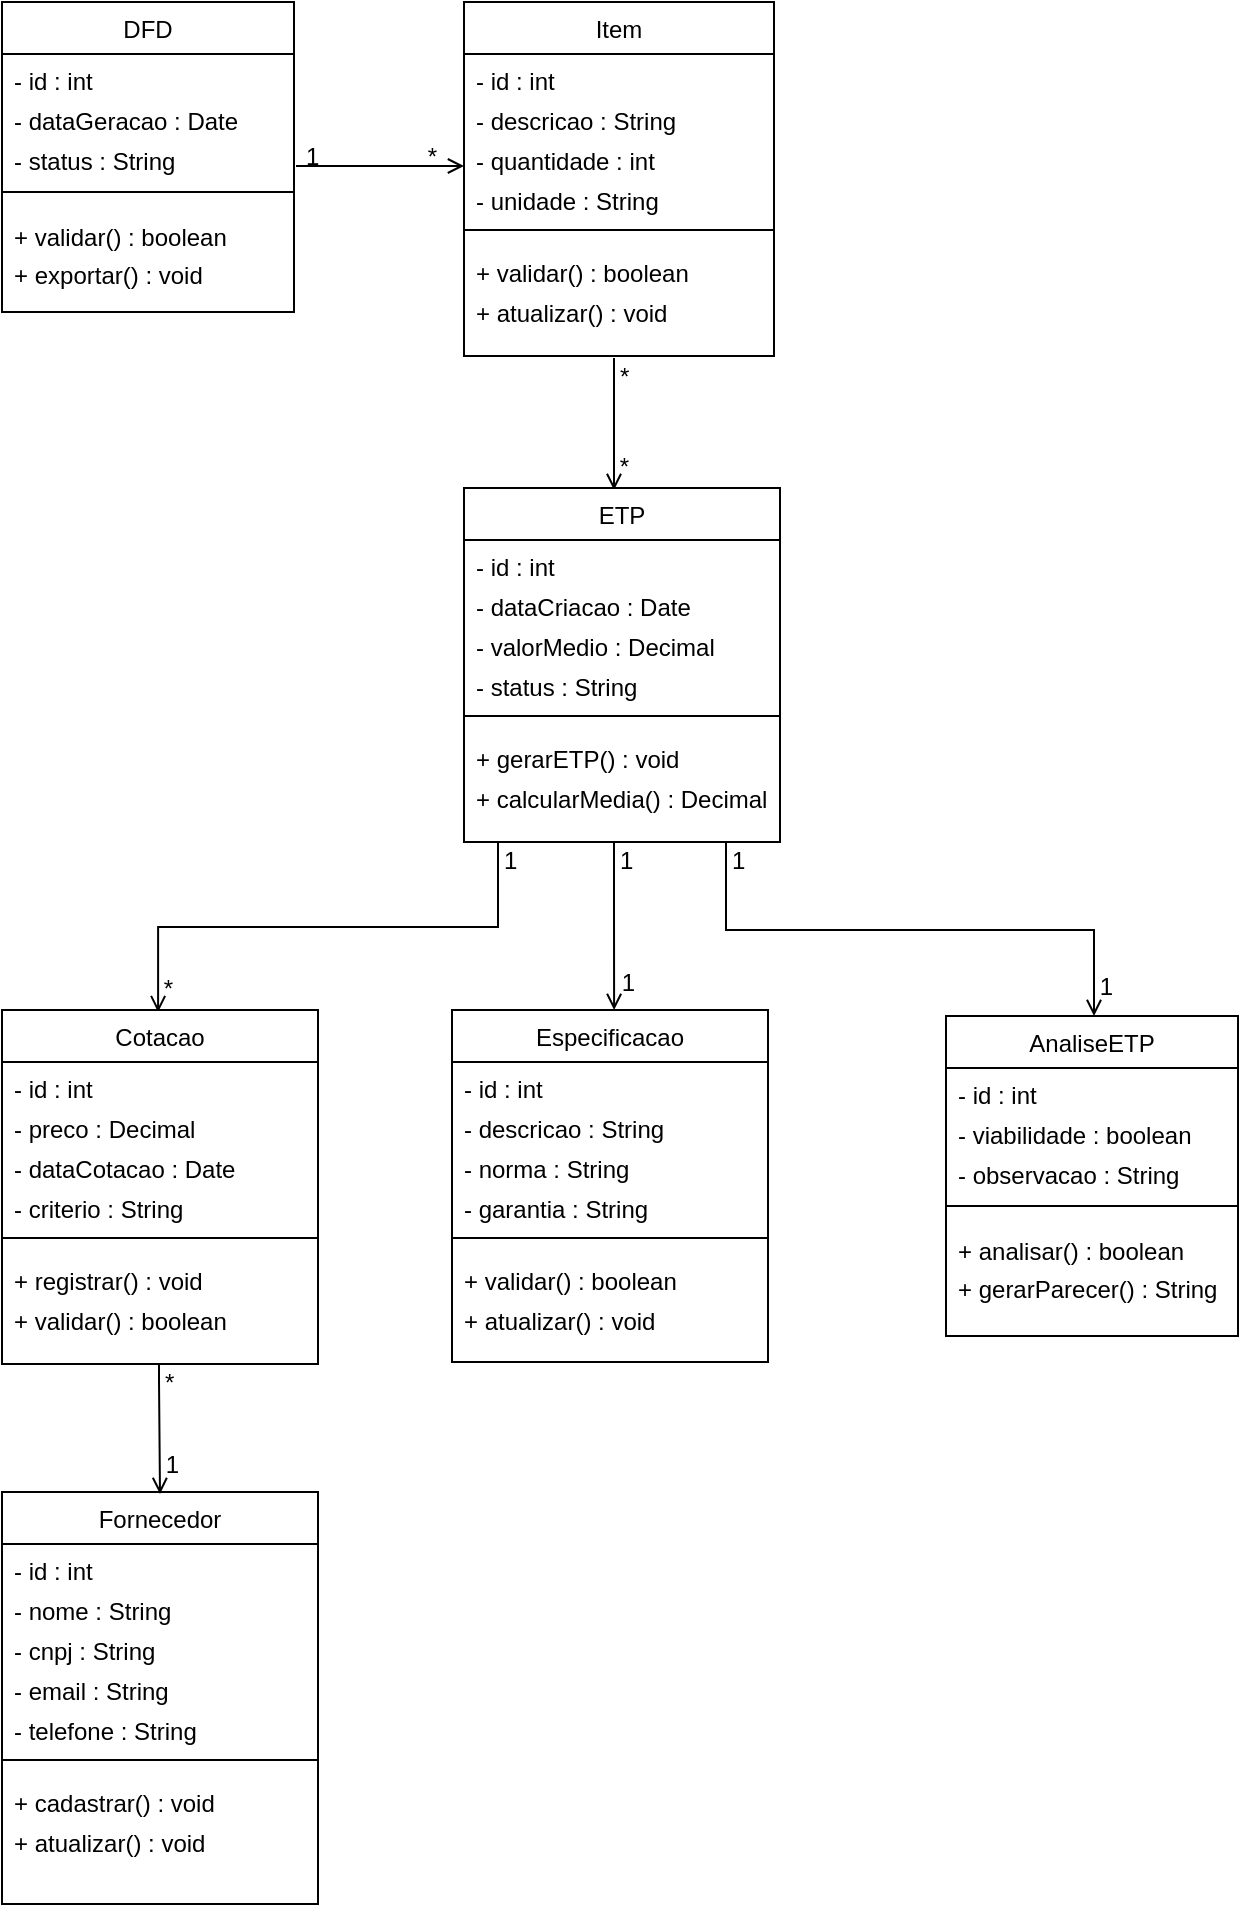
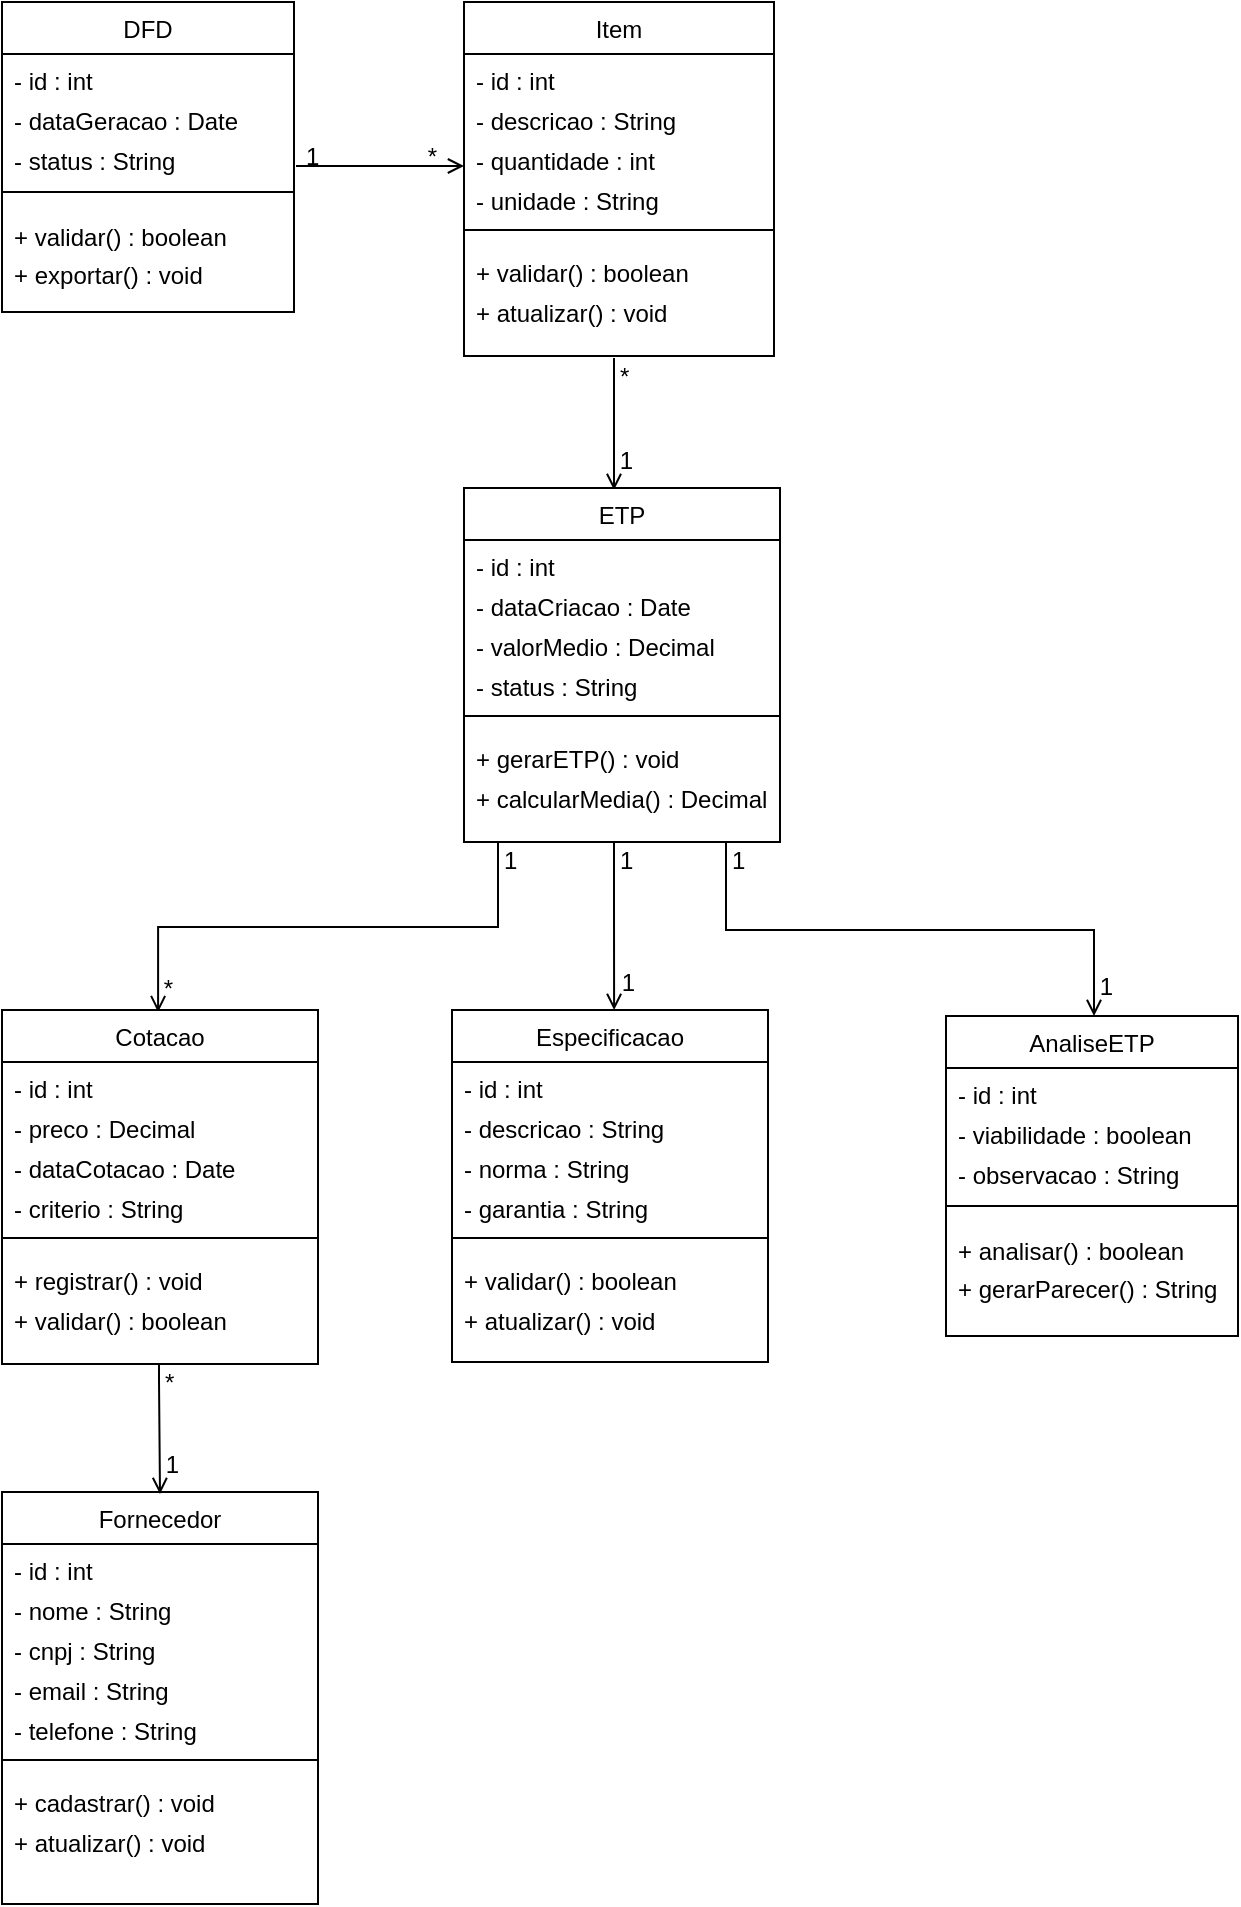
<mxfile host="app.diagrams.net">
  <diagram id="C5RBs43oDa-KdzZeNtuy" name="Page-1">
    <mxGraphModel grid="0" page="1" gridSize="10" guides="1" tooltips="1" connect="1" arrows="1" fold="1" pageScale="1" pageWidth="827" pageHeight="1169" math="0" shadow="0">
      <root>
        <mxCell id="WIyWlLk6GJQsqaUBKTNV-0" />
        <mxCell id="WIyWlLk6GJQsqaUBKTNV-1" parent="WIyWlLk6GJQsqaUBKTNV-0" />
        <mxCell id="zkfFHV4jXpPFQw0GAbJ--17" parent="WIyWlLk6GJQsqaUBKTNV-1" style="swimlane;fontStyle=0;align=center;verticalAlign=top;childLayout=stackLayout;horizontal=1;startSize=26;horizontalStack=0;resizeParent=1;resizeLast=0;collapsible=1;marginBottom=0;rounded=0;shadow=0;strokeWidth=1;" value="DFD" vertex="1">
          <mxGeometry height="155" width="146" x="82" y="33" as="geometry">
            <mxRectangle height="26" width="160" x="550" y="140" as="alternateBounds" />
          </mxGeometry>
        </mxCell>
        <mxCell id="zkfFHV4jXpPFQw0GAbJ--18" parent="zkfFHV4jXpPFQw0GAbJ--17" style="text;align=left;verticalAlign=top;spacingLeft=4;spacingRight=4;overflow=hidden;rotatable=0;points=[[0,0.5],[1,0.5]];portConstraint=eastwest;" value="- id : int" vertex="1">
          <mxGeometry height="20" width="146" y="26" as="geometry" />
        </mxCell>
        <mxCell id="zkfFHV4jXpPFQw0GAbJ--19" parent="zkfFHV4jXpPFQw0GAbJ--17" style="text;align=left;verticalAlign=top;spacingLeft=4;spacingRight=4;overflow=hidden;rotatable=0;points=[[0,0.5],[1,0.5]];portConstraint=eastwest;rounded=0;shadow=0;html=0;" value="- dataGeracao : Date" vertex="1">
          <mxGeometry height="20" width="146" y="46" as="geometry" />
        </mxCell>
        <mxCell id="zkfFHV4jXpPFQw0GAbJ--20" parent="zkfFHV4jXpPFQw0GAbJ--17" style="text;align=left;verticalAlign=top;spacingLeft=4;spacingRight=4;overflow=hidden;rotatable=0;points=[[0,0.5],[1,0.5]];portConstraint=eastwest;rounded=0;shadow=0;html=0;" value="- status : String" vertex="1">
          <mxGeometry height="20" width="146" y="66" as="geometry" />
        </mxCell>
        <mxCell id="zkfFHV4jXpPFQw0GAbJ--23" parent="zkfFHV4jXpPFQw0GAbJ--17" style="line;html=1;strokeWidth=1;align=left;verticalAlign=middle;spacingTop=-1;spacingLeft=3;spacingRight=3;rotatable=0;labelPosition=right;points=[];portConstraint=eastwest;" value="" vertex="1">
          <mxGeometry height="18" width="146" y="86" as="geometry" />
        </mxCell>
        <mxCell id="zkfFHV4jXpPFQw0GAbJ--24" parent="zkfFHV4jXpPFQw0GAbJ--17" style="text;align=left;verticalAlign=top;spacingLeft=4;spacingRight=4;overflow=hidden;rotatable=0;points=[[0,0.5],[1,0.5]];portConstraint=eastwest;" value="+ validar() : boolean" vertex="1">
          <mxGeometry height="19" width="146" y="104" as="geometry" />
        </mxCell>
        <mxCell id="zkfFHV4jXpPFQw0GAbJ--25" parent="zkfFHV4jXpPFQw0GAbJ--17" style="text;align=left;verticalAlign=top;spacingLeft=4;spacingRight=4;overflow=hidden;rotatable=0;points=[[0,0.5],[1,0.5]];portConstraint=eastwest;" value="+ exportar() : void" vertex="1">
          <mxGeometry height="20" width="146" y="123" as="geometry" />
        </mxCell>
        <mxCell id="zkfFHV4jXpPFQw0GAbJ--26" edge="1" parent="WIyWlLk6GJQsqaUBKTNV-1" style="endArrow=open;shadow=0;strokeWidth=1;rounded=0;curved=0;endFill=1;edgeStyle=elbowEdgeStyle;elbow=vertical;" value="">
          <mxGeometry relative="1" x="0.5" y="41" as="geometry">
            <mxPoint x="-40" y="32" as="offset" />
            <Array as="points" />
            <mxPoint x="229" y="115" as="sourcePoint" />
            <mxPoint x="313" y="115" as="targetPoint" />
          </mxGeometry>
        </mxCell>
        <mxCell id="zkfFHV4jXpPFQw0GAbJ--27" connectable="0" parent="zkfFHV4jXpPFQw0GAbJ--26" style="resizable=0;align=left;verticalAlign=bottom;labelBackgroundColor=none;fontSize=12;" value="1" vertex="1">
          <mxGeometry relative="1" x="-1" as="geometry">
            <mxPoint x="3" y="4" as="offset" />
          </mxGeometry>
        </mxCell>
        <mxCell id="zkfFHV4jXpPFQw0GAbJ--28" connectable="0" parent="zkfFHV4jXpPFQw0GAbJ--26" style="resizable=0;align=right;verticalAlign=bottom;labelBackgroundColor=none;fontSize=12;" value="*" vertex="1">
          <mxGeometry relative="1" x="1" as="geometry">
            <mxPoint x="-12" y="4" as="offset" />
          </mxGeometry>
        </mxCell>
        <mxCell id="YlQpX0vgy-EiEcdRFcLc-18" parent="WIyWlLk6GJQsqaUBKTNV-1" style="swimlane;fontStyle=0;align=center;verticalAlign=top;childLayout=stackLayout;horizontal=1;startSize=26;horizontalStack=0;resizeParent=1;resizeLast=0;collapsible=1;marginBottom=0;rounded=0;shadow=0;strokeWidth=1;" value="Item" vertex="1">
          <mxGeometry height="177" width="155" x="313" y="33" as="geometry">
            <mxRectangle height="26" width="160" x="313" y="33" as="alternateBounds" />
          </mxGeometry>
        </mxCell>
        <mxCell id="YlQpX0vgy-EiEcdRFcLc-19" parent="YlQpX0vgy-EiEcdRFcLc-18" style="text;align=left;verticalAlign=top;spacingLeft=4;spacingRight=4;overflow=hidden;rotatable=0;points=[[0,0.5],[1,0.5]];portConstraint=eastwest;" value="- id : int" vertex="1">
          <mxGeometry height="20" width="155" y="26" as="geometry" />
        </mxCell>
        <mxCell id="YlQpX0vgy-EiEcdRFcLc-20" parent="YlQpX0vgy-EiEcdRFcLc-18" style="text;align=left;verticalAlign=top;spacingLeft=4;spacingRight=4;overflow=hidden;rotatable=0;points=[[0,0.5],[1,0.5]];portConstraint=eastwest;rounded=0;shadow=0;html=0;" value="- descricao : String" vertex="1">
          <mxGeometry height="20" width="155" y="46" as="geometry" />
        </mxCell>
        <mxCell id="YlQpX0vgy-EiEcdRFcLc-21" parent="YlQpX0vgy-EiEcdRFcLc-18" style="text;align=left;verticalAlign=top;spacingLeft=4;spacingRight=4;overflow=hidden;rotatable=0;points=[[0,0.5],[1,0.5]];portConstraint=eastwest;rounded=0;shadow=0;html=0;" value="- quantidade : int" vertex="1">
          <mxGeometry height="20" width="155" y="66" as="geometry" />
        </mxCell>
        <mxCell id="YlQpX0vgy-EiEcdRFcLc-25" parent="YlQpX0vgy-EiEcdRFcLc-18" style="text;align=left;verticalAlign=top;spacingLeft=4;spacingRight=4;overflow=hidden;rotatable=0;points=[[0,0.5],[1,0.5]];portConstraint=eastwest;rounded=0;shadow=0;html=0;" value="- unidade : String" vertex="1">
          <mxGeometry height="20" width="155" y="86" as="geometry" />
        </mxCell>
        <mxCell id="YlQpX0vgy-EiEcdRFcLc-22" parent="YlQpX0vgy-EiEcdRFcLc-18" style="line;html=1;strokeWidth=1;align=left;verticalAlign=middle;spacingTop=-1;spacingLeft=3;spacingRight=3;rotatable=0;labelPosition=right;points=[];portConstraint=eastwest;" value="" vertex="1">
          <mxGeometry height="16" width="155" y="106" as="geometry" />
        </mxCell>
        <mxCell id="YlQpX0vgy-EiEcdRFcLc-23" parent="YlQpX0vgy-EiEcdRFcLc-18" style="text;align=left;verticalAlign=top;spacingLeft=4;spacingRight=4;overflow=hidden;rotatable=0;points=[[0,0.5],[1,0.5]];portConstraint=eastwest;" value="+ validar() : boolean" vertex="1">
          <mxGeometry height="20" width="155" y="122" as="geometry" />
        </mxCell>
        <mxCell id="YlQpX0vgy-EiEcdRFcLc-24" parent="YlQpX0vgy-EiEcdRFcLc-18" style="text;align=left;verticalAlign=top;spacingLeft=4;spacingRight=4;overflow=hidden;rotatable=0;points=[[0,0.5],[1,0.5]];portConstraint=eastwest;" value="+ atualizar() : void" vertex="1">
          <mxGeometry height="20" width="155" y="142" as="geometry" />
        </mxCell>
        <mxCell id="YlQpX0vgy-EiEcdRFcLc-26" edge="1" parent="WIyWlLk6GJQsqaUBKTNV-1" style="endArrow=open;shadow=0;strokeWidth=1;rounded=0;curved=0;endFill=1;edgeStyle=elbowEdgeStyle;elbow=vertical;" value="">
          <mxGeometry relative="1" x="0.5" y="41" as="geometry">
            <mxPoint x="-40" y="32" as="offset" />
            <Array as="points" />
            <mxPoint x="388" y="211" as="sourcePoint" />
            <mxPoint x="388" y="277" as="targetPoint" />
          </mxGeometry>
        </mxCell>
        <mxCell id="YlQpX0vgy-EiEcdRFcLc-27" connectable="0" parent="YlQpX0vgy-EiEcdRFcLc-26" style="resizable=0;align=left;verticalAlign=bottom;labelBackgroundColor=none;fontSize=12;" value="*" vertex="1">
          <mxGeometry relative="1" x="-1" as="geometry">
            <mxPoint x="1" y="18" as="offset" />
          </mxGeometry>
        </mxCell>
-         <mxCell id="YlQpX0vgy-EiEcdRFcLc-28" connectable="0" parent="YlQpX0vgy-EiEcdRFcLc-26" style="resizable=0;align=right;verticalAlign=bottom;labelBackgroundColor=none;fontSize=12;" value="*" vertex="1">
-           <mxGeometry relative="1" x="1" as="geometry">
-             <mxPoint x="9" y="-3" as="offset" />
+         <mxCell id="YlQpX0vgy-EiEcdRFcLc-28" connectable="0" parent="YlQpX0vgy-EiEcdRFcLc-26" style="resizable=0;align=right;verticalAlign=bottom;labelBackgroundColor=none;fontSize=12;" value="1" vertex="1">
+           <mxGeometry relative="1" x="1" as="geometry">
+             <mxPoint x="11" y="-6" as="offset" />
          </mxGeometry>
        </mxCell>
        <mxCell id="YlQpX0vgy-EiEcdRFcLc-29" parent="WIyWlLk6GJQsqaUBKTNV-1" style="swimlane;fontStyle=0;align=center;verticalAlign=top;childLayout=stackLayout;horizontal=1;startSize=26;horizontalStack=0;resizeParent=1;resizeLast=0;collapsible=1;marginBottom=0;rounded=0;shadow=0;strokeWidth=1;" value="ETP" vertex="1">
          <mxGeometry height="177" width="158" x="313" y="276" as="geometry">
            <mxRectangle height="26" width="160" x="313" y="33" as="alternateBounds" />
          </mxGeometry>
        </mxCell>
        <mxCell id="YlQpX0vgy-EiEcdRFcLc-30" parent="YlQpX0vgy-EiEcdRFcLc-29" style="text;align=left;verticalAlign=top;spacingLeft=4;spacingRight=4;overflow=hidden;rotatable=0;points=[[0,0.5],[1,0.5]];portConstraint=eastwest;" value="- id : int" vertex="1">
          <mxGeometry height="20" width="158" y="26" as="geometry" />
        </mxCell>
        <mxCell id="YlQpX0vgy-EiEcdRFcLc-31" parent="YlQpX0vgy-EiEcdRFcLc-29" style="text;align=left;verticalAlign=top;spacingLeft=4;spacingRight=4;overflow=hidden;rotatable=0;points=[[0,0.5],[1,0.5]];portConstraint=eastwest;rounded=0;shadow=0;html=0;" value="- dataCriacao : Date" vertex="1">
          <mxGeometry height="20" width="158" y="46" as="geometry" />
        </mxCell>
        <mxCell id="YlQpX0vgy-EiEcdRFcLc-32" parent="YlQpX0vgy-EiEcdRFcLc-29" style="text;align=left;verticalAlign=top;spacingLeft=4;spacingRight=4;overflow=hidden;rotatable=0;points=[[0,0.5],[1,0.5]];portConstraint=eastwest;rounded=0;shadow=0;html=0;" value="- valorMedio : Decimal" vertex="1">
          <mxGeometry height="20" width="158" y="66" as="geometry" />
        </mxCell>
        <mxCell id="YlQpX0vgy-EiEcdRFcLc-33" parent="YlQpX0vgy-EiEcdRFcLc-29" style="text;align=left;verticalAlign=top;spacingLeft=4;spacingRight=4;overflow=hidden;rotatable=0;points=[[0,0.5],[1,0.5]];portConstraint=eastwest;rounded=0;shadow=0;html=0;" value="- status : String" vertex="1">
          <mxGeometry height="20" width="158" y="86" as="geometry" />
        </mxCell>
        <mxCell id="YlQpX0vgy-EiEcdRFcLc-34" parent="YlQpX0vgy-EiEcdRFcLc-29" style="line;html=1;strokeWidth=1;align=left;verticalAlign=middle;spacingTop=-1;spacingLeft=3;spacingRight=3;rotatable=0;labelPosition=right;points=[];portConstraint=eastwest;" value="" vertex="1">
          <mxGeometry height="16" width="158" y="106" as="geometry" />
        </mxCell>
        <mxCell id="YlQpX0vgy-EiEcdRFcLc-35" parent="YlQpX0vgy-EiEcdRFcLc-29" style="text;align=left;verticalAlign=top;spacingLeft=4;spacingRight=4;overflow=hidden;rotatable=0;points=[[0,0.5],[1,0.5]];portConstraint=eastwest;" value="+ gerarETP() : void" vertex="1">
          <mxGeometry height="20" width="158" y="122" as="geometry" />
        </mxCell>
        <mxCell id="YlQpX0vgy-EiEcdRFcLc-36" parent="YlQpX0vgy-EiEcdRFcLc-29" style="text;align=left;verticalAlign=top;spacingLeft=4;spacingRight=4;overflow=hidden;rotatable=0;points=[[0,0.5],[1,0.5]];portConstraint=eastwest;" value="+ calcularMedia() : Decimal" vertex="1">
          <mxGeometry height="20" width="158" y="142" as="geometry" />
        </mxCell>
        <mxCell id="YlQpX0vgy-EiEcdRFcLc-46" edge="1" parent="WIyWlLk6GJQsqaUBKTNV-1" style="endArrow=open;shadow=0;strokeWidth=1;rounded=0;curved=0;endFill=1;edgeStyle=elbowEdgeStyle;elbow=vertical;entryX=0.494;entryY=0.006;entryDx=0;entryDy=0;entryPerimeter=0;" target="YlQpX0vgy-EiEcdRFcLc-49" value="">
          <mxGeometry relative="1" x="0.5" y="41" as="geometry">
            <mxPoint x="-40" y="32" as="offset" />
            <Array as="points" />
            <mxPoint x="330" y="453" as="sourcePoint" />
            <mxPoint x="160" y="534" as="targetPoint" />
          </mxGeometry>
        </mxCell>
        <mxCell id="YlQpX0vgy-EiEcdRFcLc-47" connectable="0" parent="YlQpX0vgy-EiEcdRFcLc-46" style="resizable=0;align=left;verticalAlign=bottom;labelBackgroundColor=none;fontSize=12;" value="1" vertex="1">
          <mxGeometry relative="1" x="-1" as="geometry">
            <mxPoint x="1" y="18" as="offset" />
          </mxGeometry>
        </mxCell>
        <mxCell id="YlQpX0vgy-EiEcdRFcLc-48" connectable="0" parent="YlQpX0vgy-EiEcdRFcLc-46" style="resizable=0;align=right;verticalAlign=bottom;labelBackgroundColor=none;fontSize=12;" value="*" vertex="1">
          <mxGeometry relative="1" x="1" as="geometry">
            <mxPoint x="9" y="-3" as="offset" />
          </mxGeometry>
        </mxCell>
        <mxCell id="YlQpX0vgy-EiEcdRFcLc-49" parent="WIyWlLk6GJQsqaUBKTNV-1" style="swimlane;fontStyle=0;align=center;verticalAlign=top;childLayout=stackLayout;horizontal=1;startSize=26;horizontalStack=0;resizeParent=1;resizeLast=0;collapsible=1;marginBottom=0;rounded=0;shadow=0;strokeWidth=1;" value="Cotacao" vertex="1">
          <mxGeometry height="177" width="158" x="82" y="537" as="geometry">
            <mxRectangle height="26" width="160" x="313" y="33" as="alternateBounds" />
          </mxGeometry>
        </mxCell>
        <mxCell id="YlQpX0vgy-EiEcdRFcLc-50" parent="YlQpX0vgy-EiEcdRFcLc-49" style="text;align=left;verticalAlign=top;spacingLeft=4;spacingRight=4;overflow=hidden;rotatable=0;points=[[0,0.5],[1,0.5]];portConstraint=eastwest;" value="- id : int" vertex="1">
          <mxGeometry height="20" width="158" y="26" as="geometry" />
        </mxCell>
        <mxCell id="YlQpX0vgy-EiEcdRFcLc-51" parent="YlQpX0vgy-EiEcdRFcLc-49" style="text;align=left;verticalAlign=top;spacingLeft=4;spacingRight=4;overflow=hidden;rotatable=0;points=[[0,0.5],[1,0.5]];portConstraint=eastwest;rounded=0;shadow=0;html=0;" value="- preco : Decimal" vertex="1">
          <mxGeometry height="20" width="158" y="46" as="geometry" />
        </mxCell>
        <mxCell id="YlQpX0vgy-EiEcdRFcLc-52" parent="YlQpX0vgy-EiEcdRFcLc-49" style="text;align=left;verticalAlign=top;spacingLeft=4;spacingRight=4;overflow=hidden;rotatable=0;points=[[0,0.5],[1,0.5]];portConstraint=eastwest;rounded=0;shadow=0;html=0;" value="- dataCotacao : Date" vertex="1">
          <mxGeometry height="20" width="158" y="66" as="geometry" />
        </mxCell>
        <mxCell id="YlQpX0vgy-EiEcdRFcLc-53" parent="YlQpX0vgy-EiEcdRFcLc-49" style="text;align=left;verticalAlign=top;spacingLeft=4;spacingRight=4;overflow=hidden;rotatable=0;points=[[0,0.5],[1,0.5]];portConstraint=eastwest;rounded=0;shadow=0;html=0;" value="- criterio : String" vertex="1">
          <mxGeometry height="20" width="158" y="86" as="geometry" />
        </mxCell>
        <mxCell id="YlQpX0vgy-EiEcdRFcLc-54" parent="YlQpX0vgy-EiEcdRFcLc-49" style="line;html=1;strokeWidth=1;align=left;verticalAlign=middle;spacingTop=-1;spacingLeft=3;spacingRight=3;rotatable=0;labelPosition=right;points=[];portConstraint=eastwest;" value="" vertex="1">
          <mxGeometry height="16" width="158" y="106" as="geometry" />
        </mxCell>
        <mxCell id="YlQpX0vgy-EiEcdRFcLc-55" parent="YlQpX0vgy-EiEcdRFcLc-49" style="text;align=left;verticalAlign=top;spacingLeft=4;spacingRight=4;overflow=hidden;rotatable=0;points=[[0,0.5],[1,0.5]];portConstraint=eastwest;" value="+ registrar() : void" vertex="1">
          <mxGeometry height="20" width="158" y="122" as="geometry" />
        </mxCell>
        <mxCell id="YlQpX0vgy-EiEcdRFcLc-56" parent="YlQpX0vgy-EiEcdRFcLc-49" style="text;align=left;verticalAlign=top;spacingLeft=4;spacingRight=4;overflow=hidden;rotatable=0;points=[[0,0.5],[1,0.5]];portConstraint=eastwest;" value="+ validar() : boolean" vertex="1">
          <mxGeometry height="20" width="158" y="142" as="geometry" />
        </mxCell>
        <mxCell id="YlQpX0vgy-EiEcdRFcLc-57" edge="1" parent="WIyWlLk6GJQsqaUBKTNV-1" style="endArrow=open;shadow=0;strokeWidth=1;rounded=0;curved=0;endFill=1;edgeStyle=elbowEdgeStyle;elbow=vertical;entryX=0.513;entryY=0;entryDx=0;entryDy=0;entryPerimeter=0;" target="YlQpX0vgy-EiEcdRFcLc-60" value="">
          <mxGeometry relative="1" x="0.5" y="41" as="geometry">
            <mxPoint x="-40" y="32" as="offset" />
            <Array as="points">
              <mxPoint x="380" y="483" />
            </Array>
            <mxPoint x="388" y="453" as="sourcePoint" />
            <mxPoint x="388" y="531" as="targetPoint" />
          </mxGeometry>
        </mxCell>
        <mxCell id="YlQpX0vgy-EiEcdRFcLc-58" connectable="0" parent="YlQpX0vgy-EiEcdRFcLc-57" style="resizable=0;align=left;verticalAlign=bottom;labelBackgroundColor=none;fontSize=12;" value="1" vertex="1">
          <mxGeometry relative="1" x="-1" as="geometry">
            <mxPoint x="1" y="18" as="offset" />
          </mxGeometry>
        </mxCell>
        <mxCell id="YlQpX0vgy-EiEcdRFcLc-59" connectable="0" parent="YlQpX0vgy-EiEcdRFcLc-57" style="resizable=0;align=right;verticalAlign=bottom;labelBackgroundColor=none;fontSize=12;" value="1" vertex="1">
          <mxGeometry relative="1" x="1" as="geometry">
            <mxPoint x="12" y="-5" as="offset" />
          </mxGeometry>
        </mxCell>
        <mxCell id="YlQpX0vgy-EiEcdRFcLc-60" parent="WIyWlLk6GJQsqaUBKTNV-1" style="swimlane;fontStyle=0;align=center;verticalAlign=top;childLayout=stackLayout;horizontal=1;startSize=26;horizontalStack=0;resizeParent=1;resizeLast=0;collapsible=1;marginBottom=0;rounded=0;shadow=0;strokeWidth=1;" value="Especificacao" vertex="1">
          <mxGeometry height="176" width="158" x="307" y="537" as="geometry">
            <mxRectangle height="26" width="160" x="313" y="33" as="alternateBounds" />
          </mxGeometry>
        </mxCell>
        <mxCell id="YlQpX0vgy-EiEcdRFcLc-61" parent="YlQpX0vgy-EiEcdRFcLc-60" style="text;align=left;verticalAlign=top;spacingLeft=4;spacingRight=4;overflow=hidden;rotatable=0;points=[[0,0.5],[1,0.5]];portConstraint=eastwest;" value="- id : int" vertex="1">
          <mxGeometry height="20" width="158" y="26" as="geometry" />
        </mxCell>
        <mxCell id="YlQpX0vgy-EiEcdRFcLc-62" parent="YlQpX0vgy-EiEcdRFcLc-60" style="text;align=left;verticalAlign=top;spacingLeft=4;spacingRight=4;overflow=hidden;rotatable=0;points=[[0,0.5],[1,0.5]];portConstraint=eastwest;rounded=0;shadow=0;html=0;" value="- descricao : String" vertex="1">
          <mxGeometry height="20" width="158" y="46" as="geometry" />
        </mxCell>
        <mxCell id="YlQpX0vgy-EiEcdRFcLc-63" parent="YlQpX0vgy-EiEcdRFcLc-60" style="text;align=left;verticalAlign=top;spacingLeft=4;spacingRight=4;overflow=hidden;rotatable=0;points=[[0,0.5],[1,0.5]];portConstraint=eastwest;rounded=0;shadow=0;html=0;" value="- norma : String" vertex="1">
          <mxGeometry height="20" width="158" y="66" as="geometry" />
        </mxCell>
        <mxCell id="YlQpX0vgy-EiEcdRFcLc-64" parent="YlQpX0vgy-EiEcdRFcLc-60" style="text;align=left;verticalAlign=top;spacingLeft=4;spacingRight=4;overflow=hidden;rotatable=0;points=[[0,0.5],[1,0.5]];portConstraint=eastwest;rounded=0;shadow=0;html=0;" value="- garantia : String" vertex="1">
          <mxGeometry height="20" width="158" y="86" as="geometry" />
        </mxCell>
        <mxCell id="YlQpX0vgy-EiEcdRFcLc-65" parent="YlQpX0vgy-EiEcdRFcLc-60" style="line;html=1;strokeWidth=1;align=left;verticalAlign=middle;spacingTop=-1;spacingLeft=3;spacingRight=3;rotatable=0;labelPosition=right;points=[];portConstraint=eastwest;" value="" vertex="1">
          <mxGeometry height="16" width="158" y="106" as="geometry" />
        </mxCell>
        <mxCell id="YlQpX0vgy-EiEcdRFcLc-66" parent="YlQpX0vgy-EiEcdRFcLc-60" style="text;align=left;verticalAlign=top;spacingLeft=4;spacingRight=4;overflow=hidden;rotatable=0;points=[[0,0.5],[1,0.5]];portConstraint=eastwest;" value="+ validar() : boolean" vertex="1">
          <mxGeometry height="20" width="158" y="122" as="geometry" />
        </mxCell>
        <mxCell id="YlQpX0vgy-EiEcdRFcLc-67" parent="YlQpX0vgy-EiEcdRFcLc-60" style="text;align=left;verticalAlign=top;spacingLeft=4;spacingRight=4;overflow=hidden;rotatable=0;points=[[0,0.5],[1,0.5]];portConstraint=eastwest;" value="+ atualizar() : void" vertex="1">
          <mxGeometry height="20" width="158" y="142" as="geometry" />
        </mxCell>
        <mxCell id="YlQpX0vgy-EiEcdRFcLc-68" edge="1" parent="WIyWlLk6GJQsqaUBKTNV-1" style="endArrow=open;shadow=0;strokeWidth=1;rounded=0;curved=0;endFill=1;edgeStyle=elbowEdgeStyle;elbow=vertical;" value="">
          <mxGeometry relative="1" x="0.5" y="41" as="geometry">
            <mxPoint x="-40" y="32" as="offset" />
            <Array as="points">
              <mxPoint x="550" y="497" />
            </Array>
            <mxPoint x="444" y="453" as="sourcePoint" />
            <mxPoint x="628" y="540" as="targetPoint" />
          </mxGeometry>
        </mxCell>
        <mxCell id="YlQpX0vgy-EiEcdRFcLc-69" connectable="0" parent="YlQpX0vgy-EiEcdRFcLc-68" style="resizable=0;align=left;verticalAlign=bottom;labelBackgroundColor=none;fontSize=12;" value="1" vertex="1">
          <mxGeometry relative="1" x="-1" as="geometry">
            <mxPoint x="1" y="18" as="offset" />
          </mxGeometry>
        </mxCell>
        <mxCell id="YlQpX0vgy-EiEcdRFcLc-70" connectable="0" parent="YlQpX0vgy-EiEcdRFcLc-68" style="resizable=0;align=right;verticalAlign=bottom;labelBackgroundColor=none;fontSize=12;" value="1" vertex="1">
          <mxGeometry relative="1" x="1" as="geometry">
            <mxPoint x="11" y="-6" as="offset" />
          </mxGeometry>
        </mxCell>
        <mxCell id="YlQpX0vgy-EiEcdRFcLc-71" parent="WIyWlLk6GJQsqaUBKTNV-1" style="swimlane;fontStyle=0;align=center;verticalAlign=top;childLayout=stackLayout;horizontal=1;startSize=26;horizontalStack=0;resizeParent=1;resizeLast=0;collapsible=1;marginBottom=0;rounded=0;shadow=0;strokeWidth=1;" value="AnaliseETP" vertex="1">
          <mxGeometry height="160" width="146" x="554" y="540" as="geometry">
            <mxRectangle height="26" width="160" x="550" y="140" as="alternateBounds" />
          </mxGeometry>
        </mxCell>
        <mxCell id="YlQpX0vgy-EiEcdRFcLc-72" parent="YlQpX0vgy-EiEcdRFcLc-71" style="text;align=left;verticalAlign=top;spacingLeft=4;spacingRight=4;overflow=hidden;rotatable=0;points=[[0,0.5],[1,0.5]];portConstraint=eastwest;" value="- id : int" vertex="1">
          <mxGeometry height="20" width="146" y="26" as="geometry" />
        </mxCell>
        <mxCell id="YlQpX0vgy-EiEcdRFcLc-73" parent="YlQpX0vgy-EiEcdRFcLc-71" style="text;align=left;verticalAlign=top;spacingLeft=4;spacingRight=4;overflow=hidden;rotatable=0;points=[[0,0.5],[1,0.5]];portConstraint=eastwest;rounded=0;shadow=0;html=0;" value="- viabilidade : boolean" vertex="1">
          <mxGeometry height="20" width="146" y="46" as="geometry" />
        </mxCell>
        <mxCell id="YlQpX0vgy-EiEcdRFcLc-74" parent="YlQpX0vgy-EiEcdRFcLc-71" style="text;align=left;verticalAlign=top;spacingLeft=4;spacingRight=4;overflow=hidden;rotatable=0;points=[[0,0.5],[1,0.5]];portConstraint=eastwest;rounded=0;shadow=0;html=0;" value="- observacao : String" vertex="1">
          <mxGeometry height="20" width="146" y="66" as="geometry" />
        </mxCell>
        <mxCell id="YlQpX0vgy-EiEcdRFcLc-75" parent="YlQpX0vgy-EiEcdRFcLc-71" style="line;html=1;strokeWidth=1;align=left;verticalAlign=middle;spacingTop=-1;spacingLeft=3;spacingRight=3;rotatable=0;labelPosition=right;points=[];portConstraint=eastwest;" value="" vertex="1">
          <mxGeometry height="18" width="146" y="86" as="geometry" />
        </mxCell>
        <mxCell id="YlQpX0vgy-EiEcdRFcLc-76" parent="YlQpX0vgy-EiEcdRFcLc-71" style="text;align=left;verticalAlign=top;spacingLeft=4;spacingRight=4;overflow=hidden;rotatable=0;points=[[0,0.5],[1,0.5]];portConstraint=eastwest;" value="+ analisar() : boolean" vertex="1">
          <mxGeometry height="19" width="146" y="104" as="geometry" />
        </mxCell>
        <mxCell id="YlQpX0vgy-EiEcdRFcLc-77" parent="YlQpX0vgy-EiEcdRFcLc-71" style="text;align=left;verticalAlign=top;spacingLeft=4;spacingRight=4;overflow=hidden;rotatable=0;points=[[0,0.5],[1,0.5]];portConstraint=eastwest;" value="+ gerarParecer() : String" vertex="1">
          <mxGeometry height="20" width="146" y="123" as="geometry" />
        </mxCell>
        <mxCell id="YlQpX0vgy-EiEcdRFcLc-81" parent="WIyWlLk6GJQsqaUBKTNV-1" style="swimlane;fontStyle=0;align=center;verticalAlign=top;childLayout=stackLayout;horizontal=1;startSize=26;horizontalStack=0;resizeParent=1;resizeLast=0;collapsible=1;marginBottom=0;rounded=0;shadow=0;strokeWidth=1;" value="Fornecedor" vertex="1">
          <mxGeometry height="206" width="158" x="82" y="778" as="geometry">
            <mxRectangle height="26" width="160" x="313" y="33" as="alternateBounds" />
          </mxGeometry>
        </mxCell>
        <mxCell id="YlQpX0vgy-EiEcdRFcLc-82" parent="YlQpX0vgy-EiEcdRFcLc-81" style="text;align=left;verticalAlign=top;spacingLeft=4;spacingRight=4;overflow=hidden;rotatable=0;points=[[0,0.5],[1,0.5]];portConstraint=eastwest;" value="- id : int" vertex="1">
          <mxGeometry height="20" width="158" y="26" as="geometry" />
        </mxCell>
        <mxCell id="YlQpX0vgy-EiEcdRFcLc-83" parent="YlQpX0vgy-EiEcdRFcLc-81" style="text;align=left;verticalAlign=top;spacingLeft=4;spacingRight=4;overflow=hidden;rotatable=0;points=[[0,0.5],[1,0.5]];portConstraint=eastwest;rounded=0;shadow=0;html=0;" value="- nome : String" vertex="1">
          <mxGeometry height="20" width="158" y="46" as="geometry" />
        </mxCell>
        <mxCell id="YlQpX0vgy-EiEcdRFcLc-84" parent="YlQpX0vgy-EiEcdRFcLc-81" style="text;align=left;verticalAlign=top;spacingLeft=4;spacingRight=4;overflow=hidden;rotatable=0;points=[[0,0.5],[1,0.5]];portConstraint=eastwest;rounded=0;shadow=0;html=0;" value="- cnpj : String" vertex="1">
          <mxGeometry height="20" width="158" y="66" as="geometry" />
        </mxCell>
        <mxCell id="YlQpX0vgy-EiEcdRFcLc-85" parent="YlQpX0vgy-EiEcdRFcLc-81" style="text;align=left;verticalAlign=top;spacingLeft=4;spacingRight=4;overflow=hidden;rotatable=0;points=[[0,0.5],[1,0.5]];portConstraint=eastwest;rounded=0;shadow=0;html=0;" value="- email : String" vertex="1">
          <mxGeometry height="20" width="158" y="86" as="geometry" />
        </mxCell>
        <mxCell id="YlQpX0vgy-EiEcdRFcLc-93" parent="YlQpX0vgy-EiEcdRFcLc-81" style="text;align=left;verticalAlign=top;spacingLeft=4;spacingRight=4;overflow=hidden;rotatable=0;points=[[0,0.5],[1,0.5]];portConstraint=eastwest;rounded=0;shadow=0;html=0;" value="- telefone : String" vertex="1">
          <mxGeometry height="20" width="158" y="106" as="geometry" />
        </mxCell>
        <mxCell id="YlQpX0vgy-EiEcdRFcLc-86" parent="YlQpX0vgy-EiEcdRFcLc-81" style="line;html=1;strokeWidth=1;align=left;verticalAlign=middle;spacingTop=-1;spacingLeft=3;spacingRight=3;rotatable=0;labelPosition=right;points=[];portConstraint=eastwest;" value="" vertex="1">
          <mxGeometry height="16" width="158" y="126" as="geometry" />
        </mxCell>
        <mxCell id="YlQpX0vgy-EiEcdRFcLc-87" parent="YlQpX0vgy-EiEcdRFcLc-81" style="text;align=left;verticalAlign=top;spacingLeft=4;spacingRight=4;overflow=hidden;rotatable=0;points=[[0,0.5],[1,0.5]];portConstraint=eastwest;" value="+ cadastrar() : void" vertex="1">
          <mxGeometry height="20" width="158" y="142" as="geometry" />
        </mxCell>
        <mxCell id="YlQpX0vgy-EiEcdRFcLc-88" parent="YlQpX0vgy-EiEcdRFcLc-81" style="text;align=left;verticalAlign=top;spacingLeft=4;spacingRight=4;overflow=hidden;rotatable=0;points=[[0,0.5],[1,0.5]];portConstraint=eastwest;" value="+ atualizar() : void" vertex="1">
          <mxGeometry height="20" width="158" y="162" as="geometry" />
        </mxCell>
        <mxCell id="YlQpX0vgy-EiEcdRFcLc-89" edge="1" parent="WIyWlLk6GJQsqaUBKTNV-1" style="endArrow=open;shadow=0;strokeWidth=1;rounded=0;curved=0;endFill=1;edgeStyle=elbowEdgeStyle;elbow=vertical;" value="">
          <mxGeometry relative="1" x="0.5" y="41" as="geometry">
            <mxPoint x="-40" y="32" as="offset" />
            <Array as="points">
              <mxPoint x="152.5" y="722" />
            </Array>
            <mxPoint x="160.5" y="714" as="sourcePoint" />
            <mxPoint x="161" y="779" as="targetPoint" />
          </mxGeometry>
        </mxCell>
        <mxCell id="YlQpX0vgy-EiEcdRFcLc-90" connectable="0" parent="YlQpX0vgy-EiEcdRFcLc-89" style="resizable=0;align=left;verticalAlign=bottom;labelBackgroundColor=none;fontSize=12;" value="*" vertex="1">
          <mxGeometry relative="1" x="-1" as="geometry">
            <mxPoint x="1" y="18" as="offset" />
          </mxGeometry>
        </mxCell>
        <mxCell id="YlQpX0vgy-EiEcdRFcLc-91" connectable="0" parent="YlQpX0vgy-EiEcdRFcLc-89" style="resizable=0;align=right;verticalAlign=bottom;labelBackgroundColor=none;fontSize=12;" value="1" vertex="1">
          <mxGeometry relative="1" x="1" as="geometry">
            <mxPoint x="11" y="-6" as="offset" />
          </mxGeometry>
        </mxCell>
      </root>
    </mxGraphModel>
  </diagram>
</mxfile>
